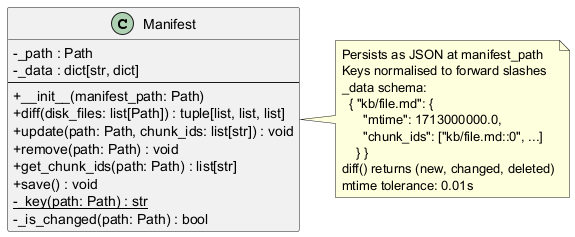
Before: docs/specs/modules/engine-manifest.png, a diagram exported from PlantUML (mailtocsprasad/ai-kb-quiz).
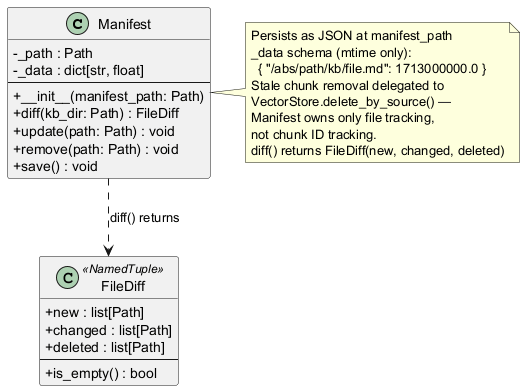
After the commit.

What changed in the source:
```diff
@@ -3,28 +3,34 @@
 
 class Manifest {
   - _path : Path
-  - _data : dict[str, dict]
+  - _data : dict[str, float]
   --
   + __init__(manifest_path: Path)
-  + diff(disk_files: list[Path]) : tuple[list, list, list]
-  + update(path: Path, chunk_ids: list[str]) : void
+  + diff(kb_dir: Path) : FileDiff
+  + update(path: Path) : void
   + remove(path: Path) : void
-  + get_chunk_ids(path: Path) : list[str]
   + save() : void
-  - {static} _key(path: Path) : str
-  - _is_changed(path: Path) : bool
 }
+
+class FileDiff <<NamedTuple>> {
+  + new : list[Path]
+  + changed : list[Path]
+  + deleted : list[Path]
+  --
+  + is_empty() : bool
+}
+
+Manifest ..> FileDiff : diff() returns
 
 note right of Manifest
   Persists as JSON at manifest_path
-  Keys normalised to forward slashes
-  _data schema:
-    { "kb/file.md": {
-        "mtime": 1713000000.0,
-        "chunk_ids": ["kb/file.md::0", ...]
-      } }
-  diff() returns (new, changed, deleted)
-  mtime tolerance: 0.01s
+  _data schema (mtime only):
+    { "/abs/path/kb/file.md": 1713000000.0 }
+  Stale chunk removal delegated to
+  VectorStore.delete_by_source() —
+  Manifest owns only file tracking,
+  not chunk ID tracking.
+  diff() returns FileDiff(new, changed, deleted)
 end note
 
 @enduml
```
